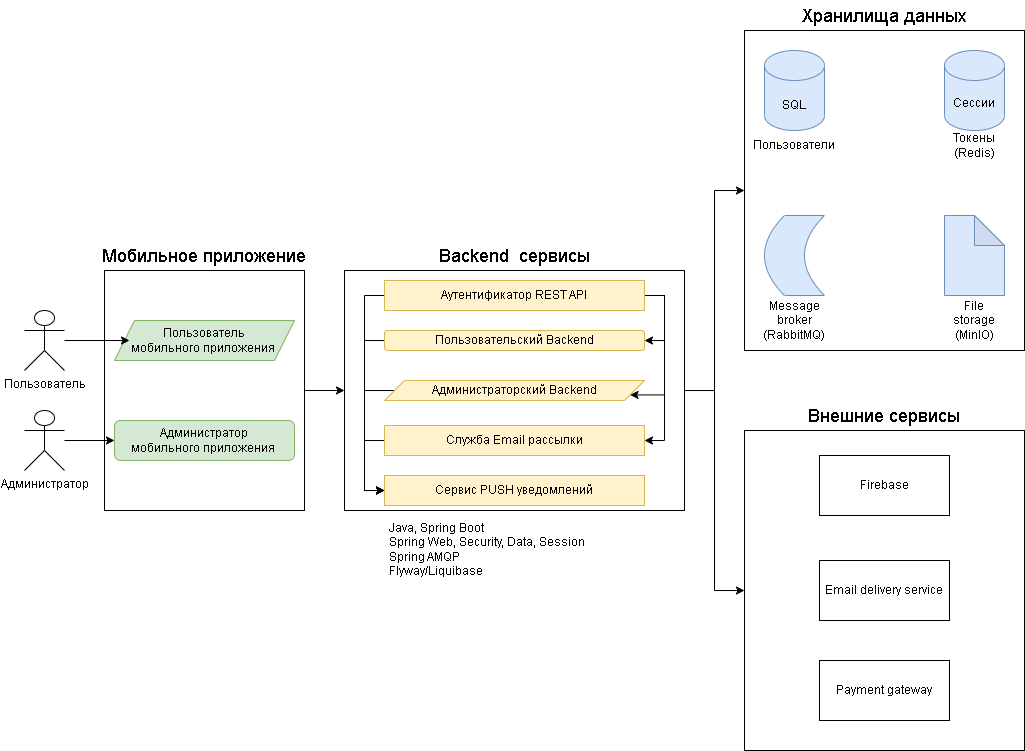
Above: InfoHUB.drawio.png in 4el1437/InfoHUB (draw.io), before the change. Source tidied: cells renumbered, new cells last; positions are measured from the earlier drawing's top-left corner, leaving out a move shared by most shapes. The source it was exported from:
```xml
<mxGraphModel>
  <root>
    <mxCell id="0" />
    <mxCell id="1" parent="0" />
    <mxCell id="2" value="Пользователь" style="shape=umlActor;verticalLabelPosition=bottom;verticalAlign=top;html=1;outlineConnect=0;" parent="1" vertex="1">
      <mxGeometry y="310" width="40" height="60" as="geometry" />
    </mxCell>
    <mxCell id="3" style="edgeStyle=orthogonalEdgeStyle;rounded=0;jettySize=auto;html=1;" parent="1" edge="1" source="4" target="7">
      <mxGeometry relative="1" as="geometry" />
    </mxCell>
    <mxCell id="4" style="rounded=0;whiteSpace=wrap;html=1;" parent="1" vertex="1">
      <mxGeometry x="80" y="270" width="200" height="240" as="geometry" />
    </mxCell>
    <mxCell id="5" style="edgeStyle=orthogonalEdgeStyle;rounded=0;jettySize=auto;html=1;" parent="1" edge="1" source="7" target="9">
      <mxGeometry relative="1" as="geometry" />
    </mxCell>
    <mxCell id="6" style="edgeStyle=orthogonalEdgeStyle;rounded=0;jettySize=auto;html=1;" parent="1" edge="1" source="7" target="8">
      <mxGeometry relative="1" as="geometry" />
    </mxCell>
    <mxCell id="7" style="rounded=0;whiteSpace=wrap;html=1;" parent="1" vertex="1">
      <mxGeometry x="320" y="270" width="340" height="240" as="geometry" />
    </mxCell>
    <mxCell id="8" style="rounded=0;whiteSpace=wrap;html=1;" parent="1" vertex="1">
      <mxGeometry x="720" y="30" width="280" height="320" as="geometry" />
    </mxCell>
    <mxCell id="9" style="rounded=0;whiteSpace=wrap;html=1;" parent="1" vertex="1">
      <mxGeometry x="720" y="430" width="280" height="320" as="geometry" />
    </mxCell>
    <mxCell id="10" style="shape=parallelogram;perimeter=parallelogramPerimeter;whiteSpace=wrap;html=1;fixedSize=1;fillColor=#d5e8d4;strokeColor=#82b366;" parent="1" vertex="1">
      <mxGeometry x="90" y="320" width="180" height="40" as="geometry" />
    </mxCell>
    <mxCell id="11" style="edgeStyle=orthogonalEdgeStyle;rounded=0;jettySize=auto;html=1;" parent="1" edge="1" source="12" target="13">
      <mxGeometry relative="1" as="geometry" />
    </mxCell>
    <mxCell id="12" value="Администратор" style="shape=umlActor;verticalLabelPosition=bottom;verticalAlign=top;html=1;outlineConnect=0;" parent="1" vertex="1">
      <mxGeometry y="410" width="40" height="60" as="geometry" />
    </mxCell>
    <mxCell id="13" style="rounded=1;whiteSpace=wrap;html=1;fillColor=#d5e8d4;strokeColor=#82b366;" parent="1" vertex="1">
      <mxGeometry x="90" y="420" width="180" height="40" as="geometry" />
    </mxCell>
    <mxCell id="14" value="Пользователь мобильного приложения&amp;nbsp;" style="text;html=1;strokeColor=none;fillColor=none;align=center;verticalAlign=middle;whiteSpace=wrap;rounded=0;" parent="1" vertex="1">
      <mxGeometry x="105" y="325" width="150" height="30" as="geometry" />
    </mxCell>
    <mxCell id="15" value="Администратор мобильного приложения&amp;nbsp;" style="text;html=1;strokeColor=none;fillColor=none;align=center;verticalAlign=middle;whiteSpace=wrap;rounded=0;" parent="1" vertex="1">
      <mxGeometry x="105" y="425" width="150" height="30" as="geometry" />
    </mxCell>
    <mxCell id="16" value="&lt;font style=&quot;font-size: 18px;&quot;&gt;Мобильное приложение&lt;/font&gt;" style="text;html=1;strokeColor=none;fillColor=none;align=center;verticalAlign=middle;whiteSpace=wrap;rounded=0;" parent="1" vertex="1">
      <mxGeometry x="40" y="240" width="280" height="30" as="geometry" />
    </mxCell>
    <mxCell id="17" style="edgeStyle=orthogonalEdgeStyle;rounded=0;jettySize=auto;html=1;entryX=0;entryY=0.5;entryDx=0;entryDy=0;" parent="1" edge="1" source="2" target="14">
      <mxGeometry relative="1" as="geometry" />
    </mxCell>
    <mxCell id="18" style="rounded=0;whiteSpace=wrap;html=1;" parent="1" vertex="1">
      <mxGeometry x="360" y="285" width="260" height="20" as="geometry" />
    </mxCell>
    <mxCell id="19" value="&lt;font style=&quot;font-size: 18px;&quot;&gt;Backend&amp;nbsp; сервисы&lt;/font&gt;" style="text;html=1;strokeColor=none;fillColor=none;align=center;verticalAlign=middle;whiteSpace=wrap;rounded=0;" parent="1" vertex="1">
      <mxGeometry x="390" y="240" width="200" height="30" as="geometry" />
    </mxCell>
    <mxCell id="20" style="edgeStyle=orthogonalEdgeStyle;rounded=0;jettySize=auto;html=1;entryX=1;entryY=0.5;entryDx=0;entryDy=0;" parent="1" edge="1" source="24" target="26">
      <mxGeometry relative="1" as="geometry">
        <Array as="points">
          <mxPoint x="640" y="295" />
          <mxPoint x="640" y="340" />
        </Array>
      </mxGeometry>
    </mxCell>
    <mxCell id="21" style="edgeStyle=orthogonalEdgeStyle;rounded=0;jettySize=auto;html=1;entryX=1;entryY=0.75;entryDx=0;entryDy=0;" parent="1" edge="1" source="24" target="28">
      <mxGeometry relative="1" as="geometry">
        <Array as="points">
          <mxPoint x="640" y="295" />
          <mxPoint x="640" y="394" />
        </Array>
      </mxGeometry>
    </mxCell>
    <mxCell id="22" style="edgeStyle=orthogonalEdgeStyle;rounded=0;jettySize=auto;html=1;entryX=1;entryY=0.5;entryDx=0;entryDy=0;" parent="1" edge="1" source="24" target="31">
      <mxGeometry relative="1" as="geometry">
        <Array as="points">
          <mxPoint x="640" y="295" />
          <mxPoint x="640" y="440" />
        </Array>
      </mxGeometry>
    </mxCell>
    <mxCell id="23" style="edgeStyle=orthogonalEdgeStyle;rounded=0;jettySize=auto;html=1;entryX=0;entryY=0.5;entryDx=0;entryDy=0;" parent="1" edge="1" source="24" target="33">
      <mxGeometry relative="1" as="geometry">
        <Array as="points">
          <mxPoint x="340" y="295" />
          <mxPoint x="340" y="490" />
        </Array>
      </mxGeometry>
    </mxCell>
    <mxCell id="24" value="Аутентификатор REST API" style="text;html=1;strokeColor=#d6b656;fillColor=#fff2cc;align=center;verticalAlign=middle;whiteSpace=wrap;rounded=0;" parent="1" vertex="1">
      <mxGeometry x="360" y="280" width="260" height="30" as="geometry" />
    </mxCell>
    <mxCell id="25" style="edgeStyle=orthogonalEdgeStyle;rounded=0;jettySize=auto;html=1;entryX=0;entryY=0.5;entryDx=0;entryDy=0;" parent="1" edge="1" source="26" target="33">
      <mxGeometry relative="1" as="geometry">
        <Array as="points">
          <mxPoint x="340" y="340" />
          <mxPoint x="340" y="490" />
        </Array>
      </mxGeometry>
    </mxCell>
    <mxCell id="26" value="Пользовательский Backend" style="rounded=1;whiteSpace=wrap;html=1;fillColor=#fff2cc;strokeColor=#d6b656;" parent="1" vertex="1">
      <mxGeometry x="360" y="330" width="260" height="20" as="geometry" />
    </mxCell>
    <mxCell id="27" style="edgeStyle=orthogonalEdgeStyle;rounded=0;jettySize=auto;html=1;entryX=0;entryY=0.5;entryDx=0;entryDy=0;" parent="1" edge="1" source="28" target="33">
      <mxGeometry relative="1" as="geometry">
        <Array as="points">
          <mxPoint x="340" y="390" />
          <mxPoint x="340" y="490" />
        </Array>
      </mxGeometry>
    </mxCell>
    <mxCell id="28" value="Администраторский Backend" style="shape=parallelogram;perimeter=parallelogramPerimeter;whiteSpace=wrap;html=1;fixedSize=1;fillColor=#fff2cc;strokeColor=#d6b656;" parent="1" vertex="1">
      <mxGeometry x="360" y="380" width="260" height="20" as="geometry" />
    </mxCell>
    <mxCell id="29" style="rounded=0;whiteSpace=wrap;html=1;" parent="1" vertex="1">
      <mxGeometry x="360" y="430" width="260" height="20" as="geometry" />
    </mxCell>
    <mxCell id="30" style="edgeStyle=orthogonalEdgeStyle;rounded=0;jettySize=auto;html=1;entryX=0;entryY=0.5;entryDx=0;entryDy=0;" parent="1" edge="1" source="31" target="33">
      <mxGeometry relative="1" as="geometry">
        <Array as="points">
          <mxPoint x="340" y="440" />
          <mxPoint x="340" y="490" />
        </Array>
      </mxGeometry>
    </mxCell>
    <mxCell id="31" value="Служба Email рассылки" style="text;html=1;strokeColor=#d6b656;fillColor=#fff2cc;align=center;verticalAlign=middle;whiteSpace=wrap;rounded=0;" parent="1" vertex="1">
      <mxGeometry x="360" y="425" width="260" height="30" as="geometry" />
    </mxCell>
    <mxCell id="32" style="rounded=0;whiteSpace=wrap;html=1;" parent="1" vertex="1">
      <mxGeometry x="360" y="480" width="260" height="20" as="geometry" />
    </mxCell>
    <mxCell id="33" value="Сервис PUSH уведомлений" style="text;html=1;strokeColor=#d6b656;fillColor=#fff2cc;align=center;verticalAlign=middle;whiteSpace=wrap;rounded=0;" parent="1" vertex="1">
      <mxGeometry x="360" y="475" width="260" height="30" as="geometry" />
    </mxCell>
    <mxCell id="34" value="&lt;font style=&quot;font-size: 18px;&quot;&gt;Хранилища данных&lt;/font&gt;" style="text;html=1;strokeColor=none;fillColor=none;align=center;verticalAlign=middle;whiteSpace=wrap;rounded=0;" parent="1" vertex="1">
      <mxGeometry x="720" width="280" height="30" as="geometry" />
    </mxCell>
    <mxCell id="35" style="shape=cylinder3;whiteSpace=wrap;html=1;boundedLbl=1;backgroundOutline=1;size=15;fillColor=#dae8fc;strokeColor=#6c8ebf;" parent="1" vertex="1">
      <mxGeometry x="740" y="50" width="60" height="80" as="geometry" />
    </mxCell>
    <mxCell id="36" value="SQL" style="text;html=1;strokeColor=none;fillColor=none;align=center;verticalAlign=middle;whiteSpace=wrap;rounded=0;" parent="1" vertex="1">
      <mxGeometry x="740" y="90" width="60" height="30" as="geometry" />
    </mxCell>
    <mxCell id="37" value="Сессии" style="shape=cylinder3;whiteSpace=wrap;html=1;boundedLbl=1;backgroundOutline=1;size=15;fillColor=#dae8fc;strokeColor=#6c8ebf;" parent="1" vertex="1">
      <mxGeometry x="920" y="50" width="60" height="80" as="geometry" />
    </mxCell>
    <mxCell id="38" value="Пользователи" style="text;html=1;strokeColor=none;fillColor=none;align=center;verticalAlign=middle;whiteSpace=wrap;rounded=0;" parent="1" vertex="1">
      <mxGeometry x="740" y="130" width="60" height="30" as="geometry" />
    </mxCell>
    <mxCell id="39" value="Токены&lt;br&gt;(Redis)" style="text;html=1;strokeColor=none;fillColor=none;align=center;verticalAlign=middle;whiteSpace=wrap;rounded=0;" parent="1" vertex="1">
      <mxGeometry x="920" y="130" width="60" height="30" as="geometry" />
    </mxCell>
    <mxCell id="40" style="shape=dataStorage;whiteSpace=wrap;html=1;fixedSize=1;fillColor=#dae8fc;strokeColor=#6c8ebf;" parent="1" vertex="1">
      <mxGeometry x="740" y="215" width="60" height="80" as="geometry" />
    </mxCell>
    <mxCell id="41" value="Message&lt;br&gt;broker&lt;br&gt;(RabbitMQ)" style="text;html=1;strokeColor=none;fillColor=none;align=center;verticalAlign=middle;whiteSpace=wrap;rounded=0;" parent="1" vertex="1">
      <mxGeometry x="740" y="305" width="60" height="30" as="geometry" />
    </mxCell>
    <mxCell id="42" style="shape=note;whiteSpace=wrap;html=1;backgroundOutline=1;darkOpacity=0.05;fillColor=#dae8fc;strokeColor=#6c8ebf;" parent="1" vertex="1">
      <mxGeometry x="920" y="215" width="60" height="80" as="geometry" />
    </mxCell>
    <mxCell id="43" value="File storage (MinIO)" style="text;html=1;strokeColor=none;fillColor=none;align=center;verticalAlign=middle;whiteSpace=wrap;rounded=0;" parent="1" vertex="1">
      <mxGeometry x="920" y="305" width="60" height="30" as="geometry" />
    </mxCell>
    <mxCell id="44" value="&lt;font style=&quot;font-size: 18px;&quot;&gt;Внешние сервисы&lt;/font&gt;" style="text;html=1;strokeColor=none;fillColor=none;align=center;verticalAlign=middle;whiteSpace=wrap;rounded=0;" parent="1" vertex="1">
      <mxGeometry x="720" y="400" width="280" height="30" as="geometry" />
    </mxCell>
    <mxCell id="45" value="Firebase" style="rounded=0;whiteSpace=wrap;html=1;" parent="1" vertex="1">
      <mxGeometry x="795" y="455" width="130" height="60" as="geometry" />
    </mxCell>
    <mxCell id="46" value="Email delivery service" style="rounded=0;whiteSpace=wrap;html=1;" parent="1" vertex="1">
      <mxGeometry x="795" y="560" width="130" height="60" as="geometry" />
    </mxCell>
    <mxCell id="47" value="Payment gateway" style="rounded=0;whiteSpace=wrap;html=1;" parent="1" vertex="1">
      <mxGeometry x="795" y="660" width="130" height="60" as="geometry" />
    </mxCell>
    <mxCell id="48" value="&lt;h1&gt;&lt;br&gt;&lt;/h1&gt;&lt;div&gt;Java, Spring Boot&lt;/div&gt;&lt;div&gt;Spring Web, Security, Data, Session&lt;/div&gt;&lt;div&gt;Spring AMQP&lt;/div&gt;&lt;div&gt;Flyway/Liquibase&lt;/div&gt;" style="text;html=1;strokeColor=none;fillColor=none;spacing=5;spacingTop=-20;whiteSpace=wrap;overflow=hidden;rounded=0;" parent="1" vertex="1">
      <mxGeometry x="360" y="470" width="290" height="120" as="geometry" />
    </mxCell>
  </root>
</mxGraphModel>
```
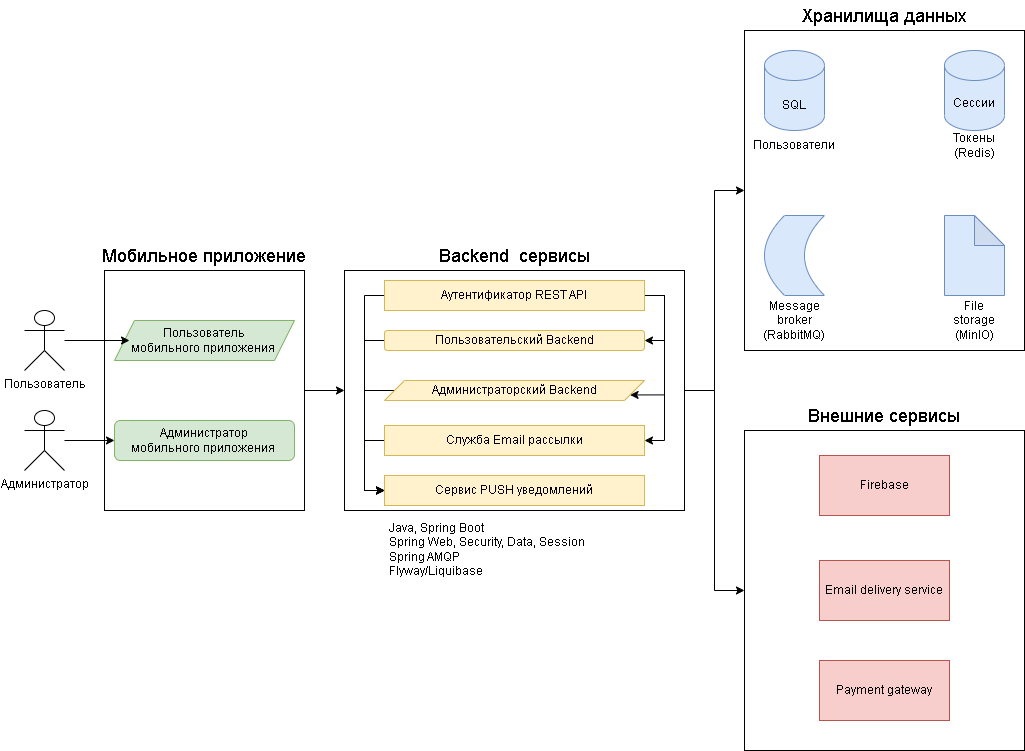
The same file after the commit.

Commit message:
Обновление 2.0 с легендой InfoHUB.drawio.png

Change to the diagram source:
```diff
@@ -166,13 +166,13 @@
     <mxCell id="44" value="&lt;font style=&quot;font-size: 18px;&quot;&gt;Внешние сервисы&lt;/font&gt;" style="text;html=1;strokeColor=none;fillColor=none;align=center;verticalAlign=middle;whiteSpace=wrap;rounded=0;" parent="1" vertex="1">
       <mxGeometry x="720" y="400" width="280" height="30" as="geometry" />
     </mxCell>
-    <mxCell id="45" value="Firebase" style="rounded=0;whiteSpace=wrap;html=1;" parent="1" vertex="1">
+    <mxCell id="45" value="Firebase" style="rounded=0;whiteSpace=wrap;html=1;fillColor=#f8cecc;strokeColor=#b85450;" parent="1" vertex="1">
       <mxGeometry x="795" y="455" width="130" height="60" as="geometry" />
     </mxCell>
-    <mxCell id="46" value="Email delivery service" style="rounded=0;whiteSpace=wrap;html=1;" parent="1" vertex="1">
+    <mxCell id="46" value="Email delivery service" style="rounded=0;whiteSpace=wrap;html=1;fillColor=#f8cecc;strokeColor=#b85450;" parent="1" vertex="1">
       <mxGeometry x="795" y="560" width="130" height="60" as="geometry" />
     </mxCell>
-    <mxCell id="47" value="Payment gateway" style="rounded=0;whiteSpace=wrap;html=1;" parent="1" vertex="1">
+    <mxCell id="47" value="Payment gateway" style="rounded=0;whiteSpace=wrap;html=1;fillColor=#f8cecc;strokeColor=#b85450;" parent="1" vertex="1">
       <mxGeometry x="795" y="660" width="130" height="60" as="geometry" />
     </mxCell>
     <mxCell id="48" value="&lt;h1&gt;&lt;br&gt;&lt;/h1&gt;&lt;div&gt;Java, Spring Boot&lt;/div&gt;&lt;div&gt;Spring Web, Security, Data, Session&lt;/div&gt;&lt;div&gt;Spring AMQP&lt;/div&gt;&lt;div&gt;Flyway/Liquibase&lt;/div&gt;" style="text;html=1;strokeColor=none;fillColor=none;spacing=5;spacingTop=-20;whiteSpace=wrap;overflow=hidden;rounded=0;" parent="1" vertex="1">
```
